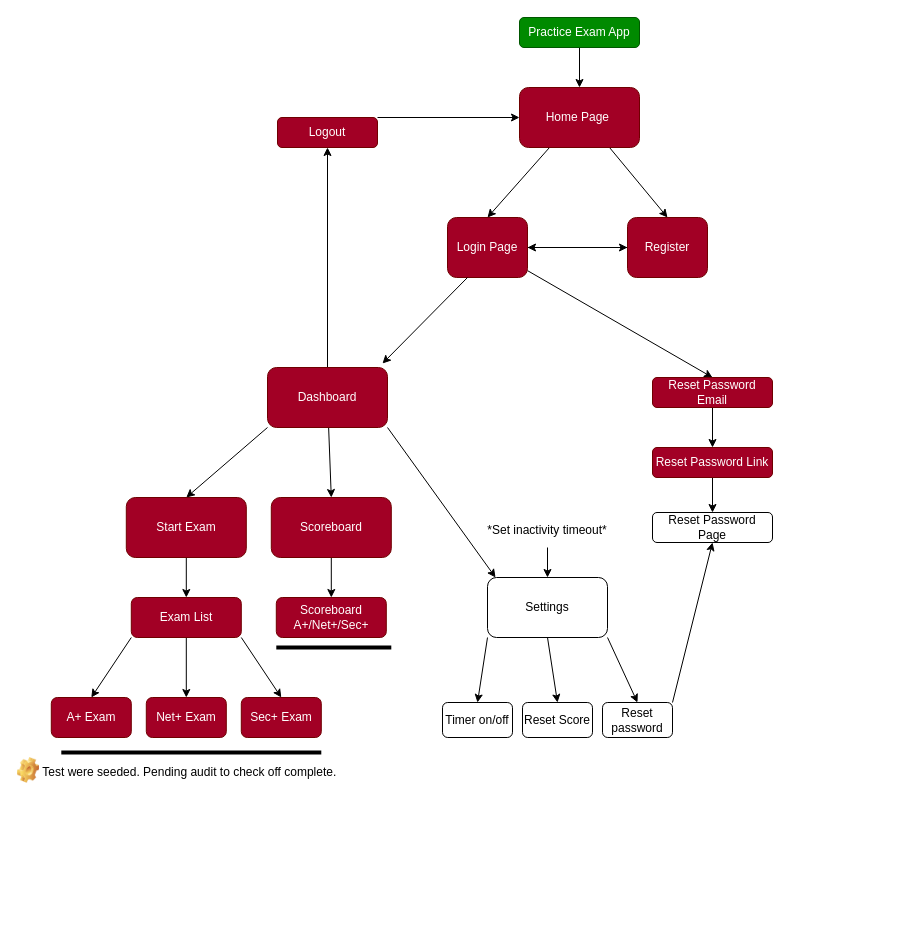
Before: exams/flow.drawio in elbori77/Django-LMS-Project, a draw.io diagram. Source tidied: cells renumbered, new cells numbered last; positions are measured from the earlier drawing's top-left corner, leaving out a move shared by most shapes. Both pictures are drawn from the tidied source at 100%, with x=0, y=0 at pixel (17, 17).
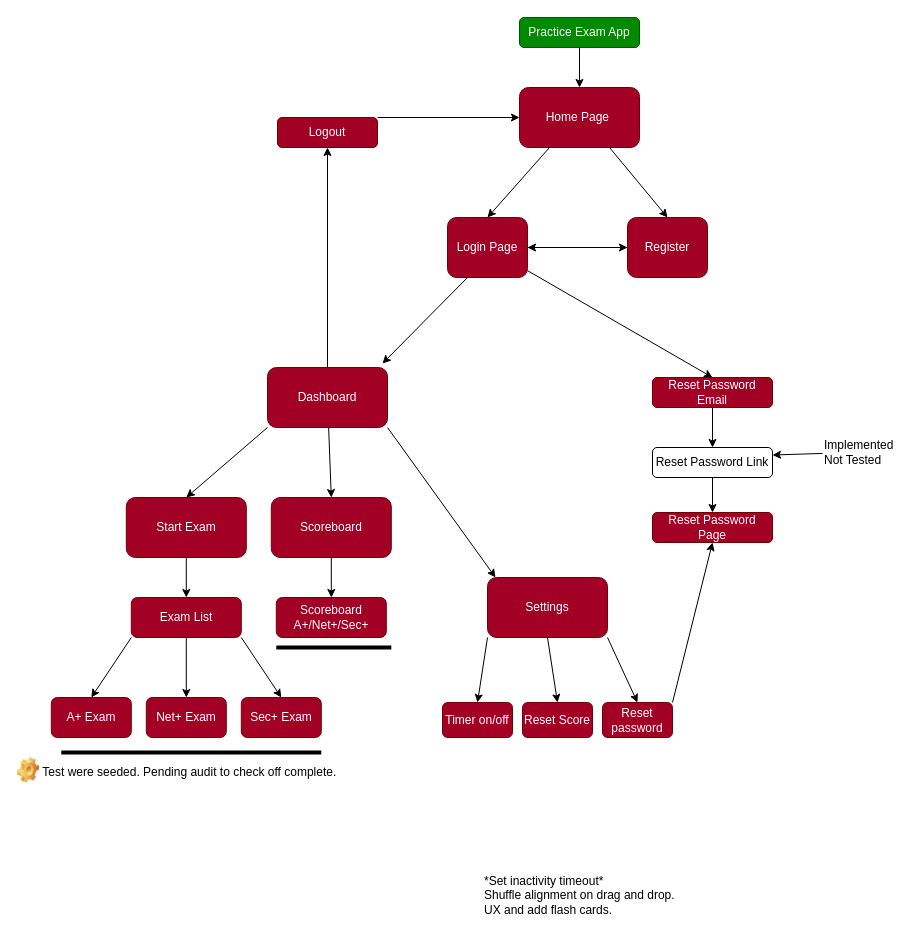
The same page after the edit.

What changed in the source:
```diff
@@
-    <mxCell id="27" value="Settings" style="rounded=1;whiteSpace=wrap;html=1;" parent="1" vertex="1">
+    <mxCell id="27" value="Settings" style="rounded=1;whiteSpace=wrap;html=1;fillColor=#a20025;fontColor=#ffffff;strokeColor=#6F0000;" parent="1" vertex="1">
       <mxGeometry x="470" y="560" width="120" height="60" as="geometry" />
     </mxCell>
-    <mxCell id="28" value="Timer on/off" style="rounded=1;whiteSpace=wrap;html=1;" parent="1" vertex="1">
+    <mxCell id="28" value="Timer on/off" style="rounded=1;whiteSpace=wrap;html=1;fillColor=#a20025;fontColor=#ffffff;strokeColor=#6F0000;" parent="1" vertex="1">
       <mxGeometry x="425" y="685" width="70" height="35" as="geometry" />
     </mxCell>
-    <mxCell id="29" value="Reset Password Page" style="rounded=1;whiteSpace=wrap;html=1;" parent="1" vertex="1">
+    <mxCell id="29" value="Reset Password Page" style="rounded=1;whiteSpace=wrap;html=1;fillColor=#a20025;fontColor=#ffffff;strokeColor=#6F0000;" parent="1" vertex="1">
       <mxGeometry x="635" y="495" width="120" height="30" as="geometry" />
     </mxCell>
-    <mxCell id="30" value="Reset Score" style="rounded=1;whiteSpace=wrap;html=1;" parent="1" vertex="1">
+    <mxCell id="30" value="Reset Score" style="rounded=1;whiteSpace=wrap;html=1;fillColor=#a20025;fontColor=#ffffff;strokeColor=#6F0000;" parent="1" vertex="1">
       <mxGeometry x="505" y="685" width="70" height="35" as="geometry" />
     </mxCell>
@@
-    <mxCell id="41" value="Reset Password Link" style="rounded=1;whiteSpace=wrap;html=1;fillColor=#a20025;fontColor=#ffffff;strokeColor=#6F0000;" parent="1" vertex="1">
+    <mxCell id="41" value="Reset Password Link" style="rounded=1;whiteSpace=wrap;html=1;" parent="1" vertex="1">
       <mxGeometry x="635" y="430" width="120" height="30" as="geometry" />
     </mxCell>
@@
-    <mxCell id="48" value="Reset password" style="rounded=1;whiteSpace=wrap;html=1;" parent="1" vertex="1">
+    <mxCell id="48" value="Reset password" style="rounded=1;whiteSpace=wrap;html=1;fillColor=#a20025;fontColor=#ffffff;strokeColor=#6F0000;" parent="1" vertex="1">
       <mxGeometry x="585" y="685" width="70" height="35" as="geometry" />
     </mxCell>
-    <mxCell id="49" style="edgeStyle=none;html=1;exitX=0.5;exitY=1;exitDx=0;exitDy=0;entryX=0.5;entryY=0;entryDx=0;entryDy=0;" parent="1" edge="1" source="50" target="27">
-      <mxGeometry relative="1" as="geometry" />
-    </mxCell>
-    <mxCell id="50" value="*Set inactivity timeout*" style="text;html=1;align=center;verticalAlign=middle;whiteSpace=wrap;rounded=0;" parent="1" vertex="1">
-      <mxGeometry x="460" y="495" width="140" height="35" as="geometry" />
+    <mxCell id="50" value="*Set inactivity timeout*&lt;div&gt;Shuffle alignment on drag and drop. UX and add flash cards.&amp;nbsp;&lt;/div&gt;" style="text;html=1;align=left;verticalAlign=middle;whiteSpace=wrap;rounded=0;" parent="1" vertex="1">
+      <mxGeometry x="465" y="860" width="210" height="35" as="geometry" />
     </mxCell>
+    <mxCell id="51" style="edgeStyle=none;html=1;entryX=1;entryY=0.25;entryDx=0;entryDy=0;" parent="1" edge="1" source="52" target="41">
+      <mxGeometry relative="1" as="geometry" />
+    </mxCell>
+    <mxCell id="52" value="Implemented Not Tested" style="text;html=1;align=left;verticalAlign=middle;whiteSpace=wrap;rounded=0;" parent="1" vertex="1">
+      <mxGeometry x="805" y="420" width="60" height="30" as="geometry" />
+    </mxCell>
```
